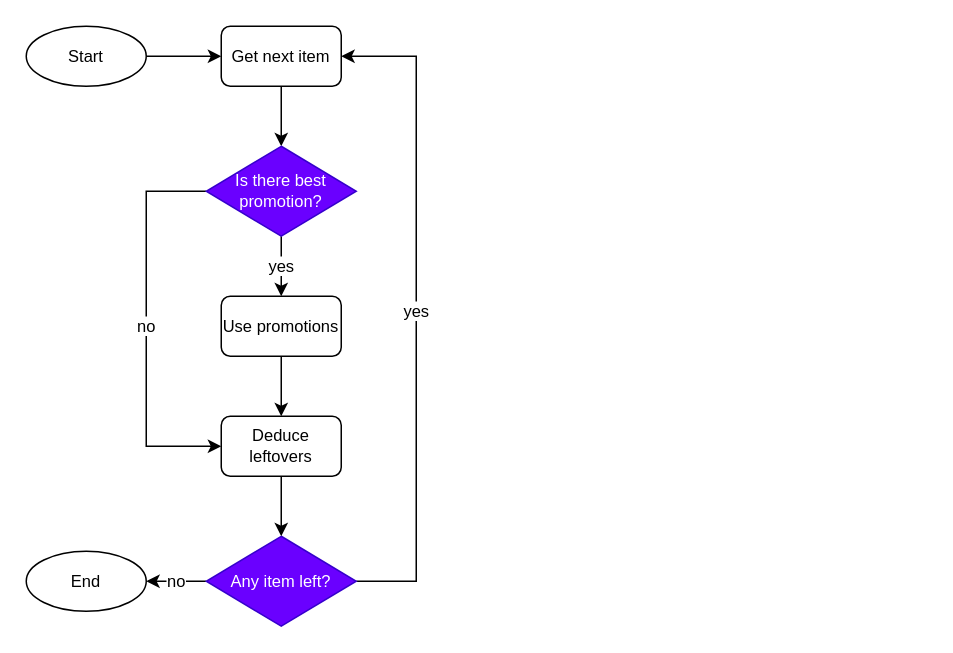
The draw.io diagram page "algo_greedy" (4 of 5) of cheapest-merchandise/dsa.drawio in hanggrian/IIT-CS430, before the edit. Source tidied: cells renumbered, new cells numbered last; positions are measured from the earlier drawing's top-left corner, leaving out a move shared by most shapes. Both pictures are drawn from the tidied source at 150%, with x=0, y=0 at pixel (26, 26).
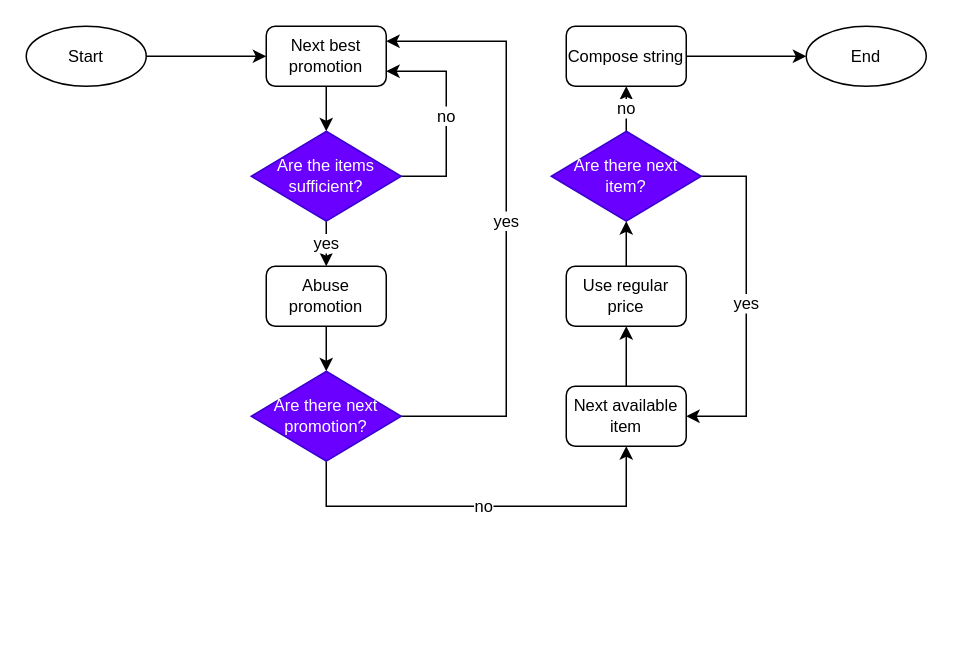
The same page after the edit.

Change to the diagram source:
```diff
@@
-    <mxCell id="3" value="Get next item" style="rounded=1;whiteSpace=wrap;html=1;fontSize=11;" parent="1" vertex="1">
-      <mxGeometry x="130" width="80" height="40" as="geometry" />
+    <mxCell id="3" value="Next best promotion" style="rounded=1;whiteSpace=wrap;html=1;fontSize=11;" parent="1" vertex="1">
+      <mxGeometry x="160" width="80" height="40" as="geometry" />
     </mxCell>
@@
+    <mxCell id="9" value="yes" style="edgeStyle=orthogonalEdgeStyle;rounded=0;jettySize=auto;html=1;exitX=0.5;exitY=1;exitDx=0;exitDy=0;entryX=0.5;entryY=0;entryDx=0;entryDy=0;" parent="1" edge="1" source="11" target="19">
+      <mxGeometry relative="1" as="geometry" />
+    </mxCell>
+    <mxCell id="17" value="no" style="edgeStyle=orthogonalEdgeStyle;rounded=0;jettySize=auto;html=1;exitX=1;exitY=0.5;exitDx=0;exitDy=0;entryX=1;entryY=0.75;entryDx=0;entryDy=0;" parent="1" edge="1" source="11" target="3">
+      <mxGeometry relative="1" as="geometry">
+        <Array as="points">
+          <mxPoint x="280" y="100" />
+          <mxPoint x="280" y="30" />
+        </Array>
+      </mxGeometry>
+    </mxCell>
+    <mxCell id="11" value="Are the items&lt;br&gt;sufficient?" style="rhombus;whiteSpace=wrap;html=1;fontSize=11;fillColor=#6a00ff;fontColor=#ffffff;strokeColor=#3700CC;" parent="1" vertex="1">
+      <mxGeometry x="150" y="70" width="100" height="60" as="geometry" />
+    </mxCell>
+    <mxCell id="16" value="End" style="ellipse;whiteSpace=wrap;html=1;fontSize=11;" parent="1" vertex="1">
+      <mxGeometry x="520" width="80" height="40" as="geometry" />
+    </mxCell>
+    <mxCell id="10" value="no" style="edgeStyle=orthogonalEdgeStyle;rounded=0;orthogonalLoop=1;jettySize=auto;html=1;exitX=0;exitY=0.5;exitDx=0;exitDy=0;entryX=0;entryY=0.5;entryDx=0;entryDy=0;" parent="1" edge="1">
+      <mxGeometry relative="1" as="geometry">
+        <mxPoint x="510" y="180" as="sourcePoint" />
+        <Array as="points">
+          <mxPoint x="470" y="180" />
+          <mxPoint x="470" y="350" />
+        </Array>
+      </mxGeometry>
+    </mxCell>
+    <mxCell id="18" style="edgeStyle=orthogonalEdgeStyle;rounded=0;jettySize=auto;html=1;exitX=0.5;exitY=1;exitDx=0;exitDy=0;entryX=0.5;entryY=0;entryDx=0;entryDy=0;" parent="1" edge="1" source="19" target="22">
+      <mxGeometry relative="1" as="geometry" />
+    </mxCell>
+    <mxCell id="19" value="Abuse&lt;br&gt;promotion" style="rounded=1;whiteSpace=wrap;html=1;fontSize=11;" parent="1" vertex="1">
+      <mxGeometry x="160" y="160" width="80" height="40" as="geometry" />
+    </mxCell>
+    <mxCell id="20" value="yes" style="edgeStyle=orthogonalEdgeStyle;rounded=0;jettySize=auto;html=1;exitX=1;exitY=0.5;exitDx=0;exitDy=0;entryX=1;entryY=0.25;entryDx=0;entryDy=0;" parent="1" edge="1" source="22" target="3">
+      <mxGeometry relative="1" as="geometry">
+        <Array as="points">
+          <mxPoint x="320" y="260" />
+          <mxPoint x="320" y="10" />
+        </Array>
+      </mxGeometry>
+    </mxCell>
+    <mxCell id="21" value="no" style="edgeStyle=orthogonalEdgeStyle;rounded=0;jettySize=auto;html=1;exitX=0.5;exitY=1;exitDx=0;exitDy=0;entryX=0.5;entryY=1;entryDx=0;entryDy=0;" parent="1" edge="1" source="22" target="24">
+      <mxGeometry relative="1" as="geometry">
+        <Array as="points">
+          <mxPoint x="200" y="290" />
+          <mxPoint x="200" y="320" />
+          <mxPoint x="400" y="320" />
+        </Array>
+      </mxGeometry>
+    </mxCell>
+    <mxCell id="22" value="Are there next&lt;br&gt;promotion?" style="rhombus;whiteSpace=wrap;html=1;fontSize=11;fillColor=#6a00ff;fontColor=#ffffff;strokeColor=#3700CC;" parent="1" vertex="1">
+      <mxGeometry x="150" y="230" width="100" height="60" as="geometry" />
+    </mxCell>
+    <mxCell id="23" style="edgeStyle=orthogonalEdgeStyle;rounded=0;jettySize=auto;html=1;exitX=0.5;exitY=0;exitDx=0;exitDy=0;entryX=0.5;entryY=1;entryDx=0;entryDy=0;" parent="1" edge="1" source="24" target="28">
+      <mxGeometry relative="1" as="geometry" />
+    </mxCell>
+    <mxCell id="24" value="Next available item" style="rounded=1;whiteSpace=wrap;html=1;fontSize=11;" parent="1" vertex="1">
+      <mxGeometry x="360" y="240" width="80" height="40" as="geometry" />
+    </mxCell>
-    <mxCell id="6" value="yes" style="edgeStyle=orthogonalEdgeStyle;rounded=0;jettySize=auto;html=1;exitX=1;exitY=0.5;exitDx=0;exitDy=0;entryX=1;entryY=0.5;entryDx=0;entryDy=0;" parent="1" edge="1" source="8" target="3">
+    <mxCell id="6" value="yes" style="edgeStyle=orthogonalEdgeStyle;rounded=0;jettySize=auto;html=1;exitX=1;exitY=0.5;exitDx=0;exitDy=0;entryX=1;entryY=0.5;entryDx=0;entryDy=0;" parent="1" edge="1" source="26" target="24">
       <mxGeometry relative="1" as="geometry">
         <Array as="points">
-          <mxPoint x="260" y="370" />
-          <mxPoint x="260" y="20" />
+          <mxPoint x="480" y="100" />
+          <mxPoint x="480" y="260" />
         </Array>
       </mxGeometry>
     </mxCell>
-    <mxCell id="7" value="no" style="edgeStyle=orthogonalEdgeStyle;rounded=0;jettySize=auto;html=1;exitX=0;exitY=0.5;exitDx=0;exitDy=0;entryX=1;entryY=0.5;entryDx=0;entryDy=0;" parent="1" edge="1" source="8" target="16">
-      <mxGeometry relative="1" as="geometry" />
-    </mxCell>
-    <mxCell id="8" value="Any item left?" style="rhombus;whiteSpace=wrap;html=1;fontSize=11;fillColor=#6a00ff;fontColor=#ffffff;strokeColor=#3700CC;" parent="1" vertex="1">
-      <mxGeometry x="120" y="340" width="100" height="60" as="geometry" />
-    </mxCell>
-    <mxCell id="9" value="yes" style="edgeStyle=orthogonalEdgeStyle;rounded=0;jettySize=auto;html=1;exitX=0.5;exitY=1;exitDx=0;exitDy=0;entryX=0.5;entryY=0;entryDx=0;entryDy=0;" parent="1" edge="1" source="11" target="13">
-      <mxGeometry relative="1" as="geometry" />
-    </mxCell>
-    <mxCell id="10" value="no" style="edgeStyle=orthogonalEdgeStyle;rounded=0;jettySize=auto;html=1;exitX=0;exitY=0.5;exitDx=0;exitDy=0;entryX=0;entryY=0.5;entryDx=0;entryDy=0;" parent="1" edge="1" source="11" target="15">
-      <mxGeometry relative="1" as="geometry">
-        <Array as="points">
-          <mxPoint x="80" y="110" />
-          <mxPoint x="80" y="280" />
-        </Array>
-      </mxGeometry>
-    </mxCell>
-    <mxCell id="11" value="Is there best&lt;br&gt;promotion?" style="rhombus;whiteSpace=wrap;html=1;fontSize=11;fillColor=#6a00ff;fontColor=#ffffff;strokeColor=#3700CC;" parent="1" vertex="1">
-      <mxGeometry x="120" y="80" width="100" height="60" as="geometry" />
-    </mxCell>
-    <mxCell id="12" style="edgeStyle=orthogonalEdgeStyle;rounded=0;jettySize=auto;html=1;exitX=0.5;exitY=1;exitDx=0;exitDy=0;entryX=0.5;entryY=0;entryDx=0;entryDy=0;" parent="1" edge="1" source="13" target="15">
-      <mxGeometry relative="1" as="geometry" />
-    </mxCell>
-    <mxCell id="13" value="Use promotions" style="rounded=1;whiteSpace=wrap;html=1;fontSize=11;" parent="1" vertex="1">
-      <mxGeometry x="130" y="180" width="80" height="40" as="geometry" />
-    </mxCell>
-    <mxCell id="14" style="edgeStyle=orthogonalEdgeStyle;rounded=0;jettySize=auto;html=1;exitX=0.5;exitY=1;exitDx=0;exitDy=0;entryX=0.5;entryY=0;entryDx=0;entryDy=0;" parent="1" edge="1" source="15" target="8">
-      <mxGeometry relative="1" as="geometry" />
-    </mxCell>
-    <mxCell id="15" value="Deduce leftovers" style="rounded=1;whiteSpace=wrap;html=1;fontSize=11;" parent="1" vertex="1">
-      <mxGeometry x="130" y="260" width="80" height="40" as="geometry" />
-    </mxCell>
-    <mxCell id="16" value="End" style="ellipse;whiteSpace=wrap;html=1;fontSize=11;" parent="1" vertex="1">
-      <mxGeometry y="350" width="80" height="40" as="geometry" />
-    </mxCell>
+    <mxCell id="25" value="no" style="edgeStyle=orthogonalEdgeStyle;rounded=0;jettySize=auto;html=1;exitX=0.5;exitY=0;exitDx=0;exitDy=0;entryX=0.5;entryY=1;entryDx=0;entryDy=0;" parent="1" edge="1" source="26" target="30">
+      <mxGeometry relative="1" as="geometry" />
+    </mxCell>
+    <mxCell id="26" value="Are there next&lt;br&gt;item?" style="rhombus;whiteSpace=wrap;html=1;fontSize=11;fillColor=#6a00ff;fontColor=#ffffff;strokeColor=#3700CC;" parent="1" vertex="1">
+      <mxGeometry x="350" y="70" width="100" height="60" as="geometry" />
+    </mxCell>
+    <mxCell id="27" style="edgeStyle=orthogonalEdgeStyle;rounded=0;jettySize=auto;html=1;exitX=0.5;exitY=0;exitDx=0;exitDy=0;entryX=0.5;entryY=1;entryDx=0;entryDy=0;" parent="1" edge="1" source="28" target="26">
+      <mxGeometry relative="1" as="geometry" />
+    </mxCell>
+    <mxCell id="28" value="Use regular price" style="rounded=1;whiteSpace=wrap;html=1;fontSize=11;" parent="1" vertex="1">
+      <mxGeometry x="360" y="160" width="80" height="40" as="geometry" />
+    </mxCell>
+    <mxCell id="29" style="edgeStyle=orthogonalEdgeStyle;rounded=0;jettySize=auto;html=1;exitX=1;exitY=0.5;exitDx=0;exitDy=0;entryX=0;entryY=0.5;entryDx=0;entryDy=0;" parent="1" edge="1" source="30" target="16">
+      <mxGeometry relative="1" as="geometry" />
+    </mxCell>
+    <mxCell id="30" value="Compose string" style="rounded=1;whiteSpace=wrap;html=1;fontSize=11;" parent="1" vertex="1">
+      <mxGeometry x="360" width="80" height="40" as="geometry" />
+    </mxCell>
```
